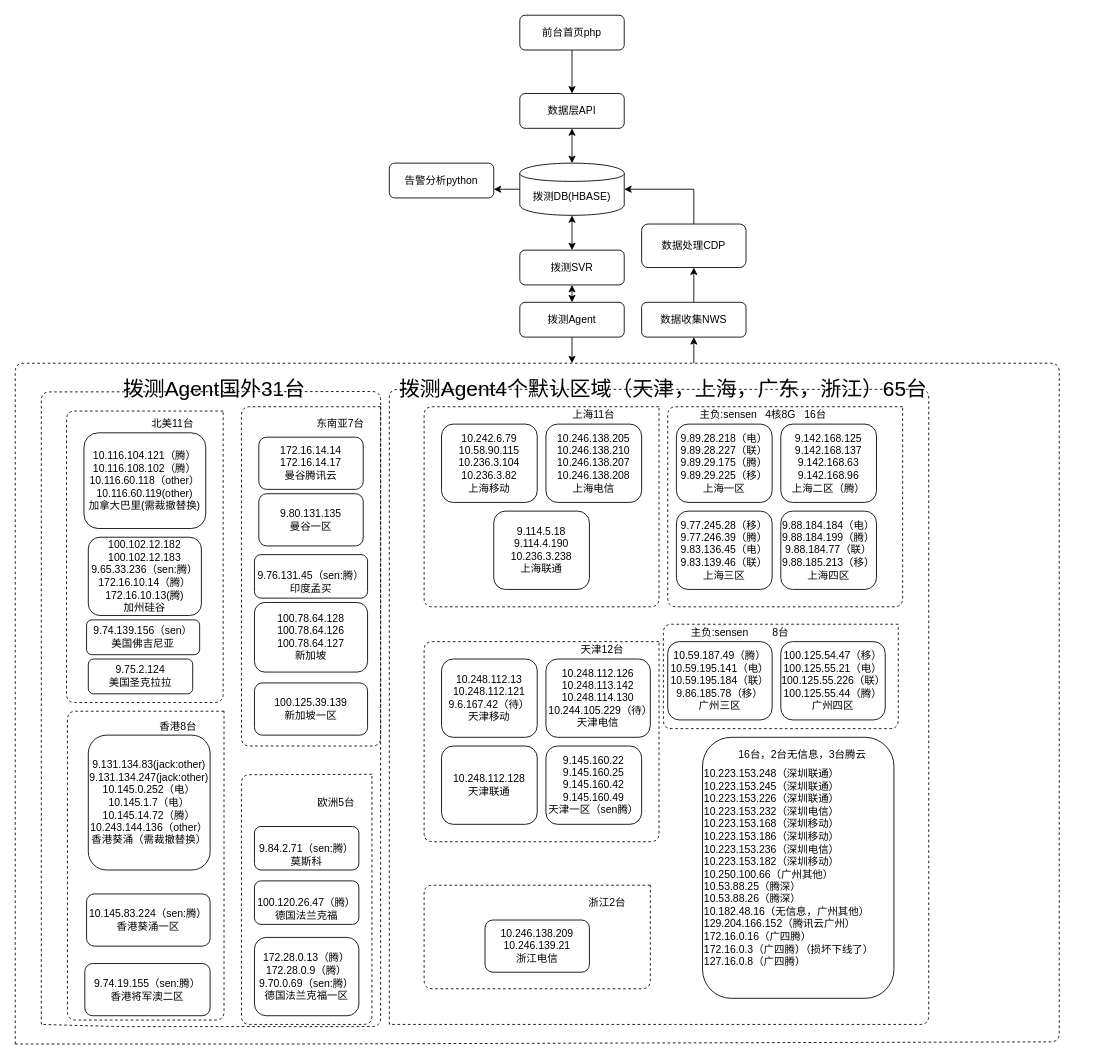
This is yun_cat_ architecture.drawio from Henryblankwu/untitled7, a draw.io file, before an edit. Source tidied: cells renumbered, new cells numbered last; positions are measured from the earlier drawing's top-left corner, leaving out a move shared by most shapes. Both pictures are drawn from the tidied source at 87%, with x=0, y=0 at pixel (15, 15).
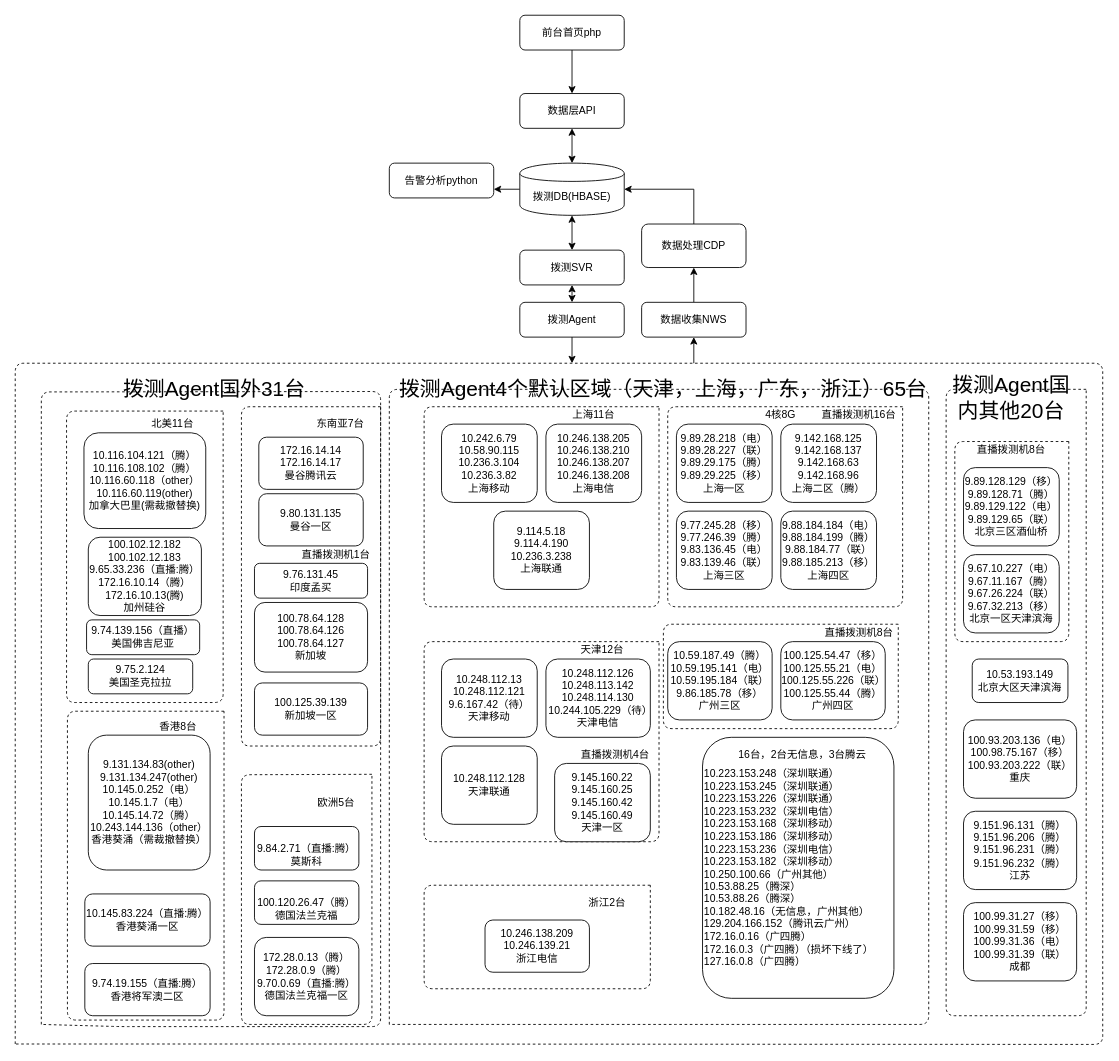
The same diagram, later.

What changed in the source:
```diff
@@
-    <mxCell id="23" value="主负:sensen" style="text;html=1;strokeColor=none;fillColor=none;align=center;verticalAlign=middle;whiteSpace=wrap;rounded=0;" parent="1" vertex="1">
-      <mxGeometry x="770" y="450" width="100" height="20" as="geometry" />
-    </mxCell>
@@
-    <mxCell id="29" value="16台" style="text;html=1;strokeColor=none;fillColor=none;align=center;verticalAlign=middle;whiteSpace=wrap;rounded=0;" parent="1" vertex="1">
-      <mxGeometry x="900" y="450" width="40" height="20" as="geometry" />
+    <mxCell id="29" value="直播拨测机16台" style="text;html=1;strokeColor=none;fillColor=none;align=center;verticalAlign=middle;whiteSpace=wrap;rounded=0;" parent="1" vertex="1">
+      <mxGeometry x="920" y="450" width="100" height="20" as="geometry" />
     </mxCell>
@@
-    <mxCell id="37" value="8台" style="text;html=1;strokeColor=none;fillColor=none;align=center;verticalAlign=middle;whiteSpace=wrap;rounded=0;" parent="1" vertex="1">
-      <mxGeometry x="860" y="700" width="40" height="20" as="geometry" />
-    </mxCell>
@@
-    <mxCell id="39" value="主负:sensen" style="text;html=1;strokeColor=none;fillColor=none;align=center;verticalAlign=middle;whiteSpace=wrap;rounded=0;" parent="1" vertex="1">
-      <mxGeometry x="760" y="700" width="100" height="20" as="geometry" />
+    <mxCell id="39" value="直播拨测机8台" style="text;html=1;strokeColor=none;fillColor=none;align=center;verticalAlign=middle;whiteSpace=wrap;rounded=0;" parent="1" vertex="1">
+      <mxGeometry x="920" y="700" width="100" height="20" as="geometry" />
     </mxCell>
-    <mxCell id="40" value="&lt;div&gt;9.145.160.22&lt;/div&gt;&lt;div&gt;9.145.160.25&lt;/div&gt;&lt;div&gt;9.145.160.42&lt;/div&gt;&lt;div&gt;9.145.160.49&lt;/div&gt;天津一区（sen腾）" style="rounded=1;whiteSpace=wrap;html=1;" parent="1" vertex="1">
-      <mxGeometry x="610" y="840" width="110" height="90" as="geometry" />
+    <mxCell id="40" value="&lt;div&gt;9.145.160.22&lt;/div&gt;&lt;div&gt;9.145.160.25&lt;/div&gt;&lt;div&gt;9.145.160.42&lt;/div&gt;&lt;div&gt;9.145.160.49&lt;/div&gt;天津一区" style="rounded=1;whiteSpace=wrap;html=1;" parent="1" vertex="1">
+      <mxGeometry x="620" y="860" width="110" height="90" as="geometry" />
     </mxCell>
@@
-    <mxCell id="48" value="&lt;div&gt;100.102.12.182&lt;/div&gt;&lt;div&gt;100.102.12.183&lt;/div&gt;&lt;div&gt;9.65.33.236（sen:腾）&lt;br&gt;&lt;/div&gt;&lt;div&gt;172.16.10.14（腾）&lt;/div&gt;&lt;div&gt;172.16.10.13(腾)&lt;/div&gt;&lt;div&gt;加州硅谷&lt;/div&gt;" style="rounded=1;whiteSpace=wrap;html=1;" parent="1" vertex="1">
+    <mxCell id="48" value="&lt;div&gt;100.102.12.182&lt;/div&gt;&lt;div&gt;100.102.12.183&lt;/div&gt;&lt;div&gt;9.65.33.236（直播:腾）&lt;br&gt;&lt;/div&gt;&lt;div&gt;172.16.10.14（腾）&lt;/div&gt;&lt;div&gt;172.16.10.13(腾)&lt;/div&gt;&lt;div&gt;加州硅谷&lt;/div&gt;" style="rounded=1;whiteSpace=wrap;html=1;" parent="1" vertex="1">
       <mxGeometry x="84" y="600" width="130" height="90" as="geometry" />
     </mxCell>
@@
-    <mxCell id="50" value="&lt;div&gt;172.28.0.13（腾）&lt;/div&gt;&lt;div&gt;172.28.0.9（腾）&lt;/div&gt;&lt;div&gt;9.70.0.69（sen:腾）&lt;/div&gt;&lt;div&gt;德国法兰克福一区&lt;/div&gt;" style="rounded=1;whiteSpace=wrap;html=1;" parent="1" vertex="1">
+    <mxCell id="50" value="&lt;div&gt;172.28.0.13（腾）&lt;/div&gt;&lt;div&gt;172.28.0.9（腾）&lt;/div&gt;&lt;div&gt;9.70.0.69（直播:腾）&lt;/div&gt;&lt;div&gt;德国法兰克福一区&lt;/div&gt;" style="rounded=1;whiteSpace=wrap;html=1;" parent="1" vertex="1">
       <mxGeometry x="275" y="1060" width="120" height="90" as="geometry" />
     </mxCell>
-    <mxCell id="51" value="&lt;div&gt;&lt;br&gt;&lt;/div&gt;&lt;div&gt;9.84.2.71（sen:腾）&lt;/div&gt;&lt;div&gt;莫斯科&lt;/div&gt;" style="rounded=1;whiteSpace=wrap;html=1;" parent="1" vertex="1">
+    <mxCell id="51" value="&lt;div&gt;&lt;br&gt;&lt;/div&gt;&lt;div&gt;9.84.2.71（直播:腾）&lt;/div&gt;&lt;div&gt;莫斯科&lt;/div&gt;" style="rounded=1;whiteSpace=wrap;html=1;" parent="1" vertex="1">
       <mxGeometry x="275" y="932.5" width="120" height="50" as="geometry" />
     </mxCell>
-    <mxCell id="52" value="&lt;div&gt;&lt;br&gt;&lt;/div&gt;&lt;div&gt;9.76.131.45（sen:腾）&lt;/div&gt;&lt;div&gt;印度孟买&lt;/div&gt;" style="rounded=1;whiteSpace=wrap;html=1;" parent="1" vertex="1">
-      <mxGeometry x="275" y="620" width="130" height="50" as="geometry" />
+    <mxCell id="52" value="&lt;div&gt;9.76.131.45&lt;br&gt;&lt;/div&gt;&lt;div&gt;印度孟买&lt;/div&gt;" style="rounded=1;whiteSpace=wrap;html=1;" parent="1" vertex="1">
+      <mxGeometry x="275" y="630" width="130" height="40" as="geometry" />
     </mxCell>
@@
-    <mxCell id="56" value="&lt;div&gt;9.74.139.156（sen）&lt;/div&gt;&lt;div&gt;美国佛吉尼亚&lt;/div&gt;" style="rounded=1;whiteSpace=wrap;html=1;" parent="1" vertex="1">
+    <mxCell id="56" value="&lt;div&gt;9.74.139.156（直播）&lt;/div&gt;&lt;div&gt;美国佛吉尼亚&lt;/div&gt;" style="rounded=1;whiteSpace=wrap;html=1;" parent="1" vertex="1">
       <mxGeometry x="82" y="695" width="130" height="40" as="geometry" />
     </mxCell>
-    <mxCell id="57" value="&lt;div&gt;9.131.134.83(jack:other)&lt;/div&gt;&lt;div&gt;9.131.134.247(jack:other)&lt;/div&gt;&lt;div&gt;10.145.0.252（电）&lt;/div&gt;&lt;div&gt;10.145.1.7（电）&lt;/div&gt;&lt;div&gt;10.145.14.72（腾）&lt;/div&gt;&lt;div&gt;10.243.144.136（other）&lt;/div&gt;&lt;div&gt;香港葵涌（需裁撤替换）&lt;/div&gt;" style="rounded=1;whiteSpace=wrap;html=1;" parent="1" vertex="1">
+    <mxCell id="57" value="&lt;div&gt;9.131.134.83(other)&lt;/div&gt;&lt;div&gt;9.131.134.247(other)&lt;/div&gt;&lt;div&gt;10.145.0.252（电）&lt;/div&gt;&lt;div&gt;10.145.1.7（电）&lt;/div&gt;&lt;div&gt;10.145.14.72（腾）&lt;/div&gt;&lt;div&gt;10.243.144.136（other）&lt;/div&gt;&lt;div&gt;香港葵涌（需裁撤替换）&lt;/div&gt;" style="rounded=1;whiteSpace=wrap;html=1;" parent="1" vertex="1">
       <mxGeometry x="84" y="827.5" width="140" height="155" as="geometry" />
     </mxCell>
-    <mxCell id="58" value="&lt;div&gt;10.145.83.224（sen:腾）&lt;br&gt;&lt;/div&gt;&lt;div&gt;香港葵涌一区&lt;/div&gt;" style="rounded=1;whiteSpace=wrap;html=1;" parent="1" vertex="1">
-      <mxGeometry x="82" y="1010" width="142" height="60" as="geometry" />
+    <mxCell id="58" value="&lt;div&gt;10.145.83.224（直播:腾）&lt;br&gt;&lt;/div&gt;&lt;div&gt;香港葵涌一区&lt;/div&gt;" style="rounded=1;whiteSpace=wrap;html=1;" parent="1" vertex="1">
+      <mxGeometry x="80" y="1010" width="144" height="60" as="geometry" />
     </mxCell>
-    <mxCell id="59" value="&lt;div&gt;9.74.19.155（sen:腾）&lt;/div&gt;&lt;div&gt;香港将军澳二区&lt;/div&gt;" style="rounded=1;whiteSpace=wrap;html=1;" parent="1" vertex="1">
+    <mxCell id="59" value="&lt;div&gt;9.74.19.155（直播:腾）&lt;/div&gt;&lt;div&gt;香港将军澳二区&lt;/div&gt;" style="rounded=1;whiteSpace=wrap;html=1;" parent="1" vertex="1">
       <mxGeometry x="80" y="1090" width="144" height="60" as="geometry" />
     </mxCell>
@@
     <mxCell id="70" style="endArrow=none;dashed=1;html=1;" parent="1" edge="1">
       <mxGeometry relative="1" as="geometry">
         <mxPoint y="1182.5" as="sourcePoint" />
         <mxPoint y="1182.5" as="targetPoint" />
         <Array as="points">
           <mxPoint y="400" />
-          <mxPoint x="1200" y="400" />
-          <mxPoint x="1200" y="1180" />
+          <mxPoint x="1250" y="400" />
+          <mxPoint x="1250" y="1183" />
           <mxPoint x="320" y="1182.5" />
         </Array>
       </mxGeometry>
     </mxCell>
@@
+    <mxCell id="76" value="&lt;div&gt;10.53.193.149&lt;/div&gt;&lt;div&gt;北京大区天津滨海&lt;/div&gt;" style="rounded=1;whiteSpace=wrap;html=1;" parent="1" vertex="1">
+      <mxGeometry x="1100" y="740" width="110" height="50" as="geometry" />
+    </mxCell>
+    <mxCell id="77" value="&lt;div&gt;9.67.10.227（电）&lt;/div&gt;&lt;div&gt;9.67.11.167（腾）&lt;/div&gt;&lt;div&gt;9.67.26.224（联）&lt;/div&gt;&lt;div&gt;9.67.32.213（移）&lt;/div&gt;&lt;div&gt;北京一区天津滨海&lt;/div&gt;" style="rounded=1;whiteSpace=wrap;html=1;" parent="1" vertex="1">
+      <mxGeometry x="1090" y="620" width="110" height="90" as="geometry" />
+    </mxCell>
+    <mxCell id="78" value="&lt;div&gt;9.89.128.129（移）&lt;/div&gt;&lt;div&gt;9.89.128.71（腾）&lt;/div&gt;&lt;div&gt;9.89.129.122（电）&lt;/div&gt;&lt;div&gt;9.89.129.65（联）&lt;/div&gt;&lt;div&gt;北京三区酒仙桥&lt;/div&gt;" style="rounded=1;whiteSpace=wrap;html=1;" parent="1" vertex="1">
+      <mxGeometry x="1090" y="520" width="110" height="90" as="geometry" />
+    </mxCell>
+    <mxCell id="79" value="直播拨测机8台" style="text;html=1;strokeColor=none;fillColor=none;align=center;verticalAlign=middle;whiteSpace=wrap;rounded=0;" parent="1" vertex="1">
+      <mxGeometry x="1100" y="490" width="90" height="20" as="geometry" />
+    </mxCell>
+    <mxCell id="80" value="&lt;div&gt;100.93.203.136（电）&lt;/div&gt;&lt;div&gt;100.98.75.167（移）&lt;/div&gt;&lt;div&gt;100.93.203.222（联）&lt;/div&gt;&lt;div&gt;重庆&lt;/div&gt;" style="rounded=1;whiteSpace=wrap;html=1;" parent="1" vertex="1">
+      <mxGeometry x="1090" y="810" width="130" height="90" as="geometry" />
+    </mxCell>
+    <mxCell id="81" value="&lt;div&gt;9.151.96.131（腾）&lt;/div&gt;&lt;div&gt;9.151.96.206（腾）&lt;/div&gt;&lt;div&gt;9.151.96.231（腾）&lt;/div&gt;&lt;div&gt;9.151.96.232（腾）&lt;/div&gt;&lt;div&gt;江苏&lt;/div&gt;" style="rounded=1;whiteSpace=wrap;html=1;" parent="1" vertex="1">
+      <mxGeometry x="1090" y="915" width="130" height="90" as="geometry" />
+    </mxCell>
+    <mxCell id="82" value="&lt;div&gt;100.99.31.27（移）&lt;/div&gt;&lt;div&gt;100.99.31.59（移）&lt;/div&gt;&lt;div&gt;100.99.31.36（电）&lt;/div&gt;&lt;div&gt;100.99.31.39（联）&lt;/div&gt;&lt;div&gt;成都&lt;/div&gt;" style="rounded=1;whiteSpace=wrap;html=1;" parent="1" vertex="1">
+      <mxGeometry x="1090" y="1020" width="130" height="90" as="geometry" />
+    </mxCell>
+    <mxCell id="83" style="endArrow=none;dashed=1;html=1;" parent="1" edge="1">
+      <mxGeometry relative="1" as="geometry">
+        <mxPoint x="1211" y="490" as="sourcePoint" />
+        <mxPoint x="1211" y="490" as="targetPoint" />
+        <Array as="points">
+          <mxPoint x="1080" y="490" />
+          <mxPoint x="1080" y="720" />
+          <mxPoint x="1211" y="720" />
+        </Array>
+      </mxGeometry>
+    </mxCell>
+    <mxCell id="84" style="endArrow=none;dashed=1;html=1;" parent="1" edge="1">
+      <mxGeometry relative="1" as="geometry">
+        <mxPoint x="1231" y="430" as="sourcePoint" />
+        <mxPoint x="1231" y="430" as="targetPoint" />
+        <Array as="points">
+          <mxPoint x="1070" y="430" />
+          <mxPoint x="1070" y="1150" />
+          <mxPoint x="1231" y="1150" />
+        </Array>
+      </mxGeometry>
+    </mxCell>
+    <mxCell id="85" value="&lt;font style=&quot;font-size: 24px&quot;&gt;拨测Agent国内其他20台&lt;/font&gt;" style="text;html=1;strokeColor=none;fillColor=none;align=center;verticalAlign=middle;whiteSpace=wrap;rounded=0;" parent="1" vertex="1">
+      <mxGeometry x="1070" y="430" width="150" height="20" as="geometry" />
+    </mxCell>
+    <mxCell id="86" value="直播拨测机1台" style="text;html=1;strokeColor=none;fillColor=none;align=center;verticalAlign=middle;whiteSpace=wrap;rounded=0;" parent="1" vertex="1">
+      <mxGeometry x="322" y="610" width="94" height="20" as="geometry" />
+    </mxCell>
+    <mxCell id="87" value="直播拨测机4台" style="text;html=1;strokeColor=none;fillColor=none;align=center;verticalAlign=middle;whiteSpace=wrap;rounded=0;" parent="1" vertex="1">
+      <mxGeometry x="640" y="840" width="100" height="20" as="geometry" />
+    </mxCell>
```
